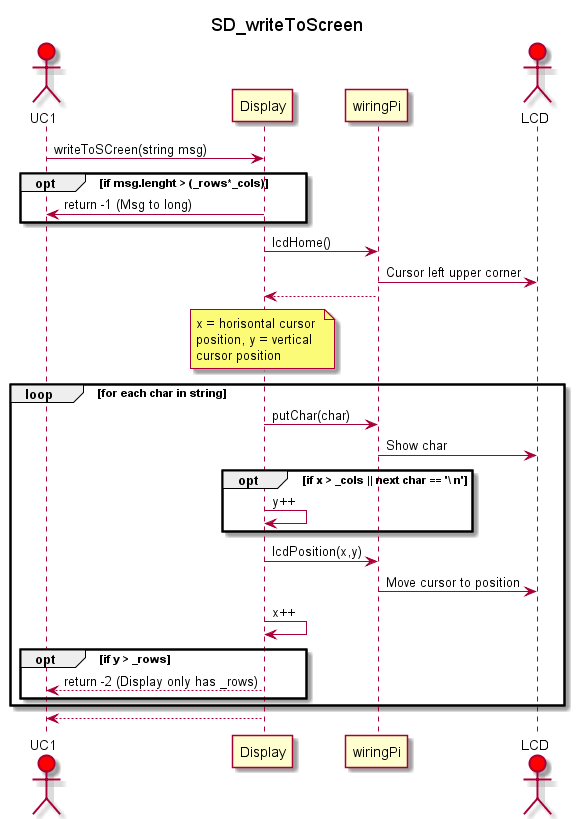
Before: Diagrammer/CentralComputer/Klasser/Display/writeToScreen/SD_writeToScreen.png, a diagram exported from PlantUML (Solvgraa-mager/E3PRJ3).
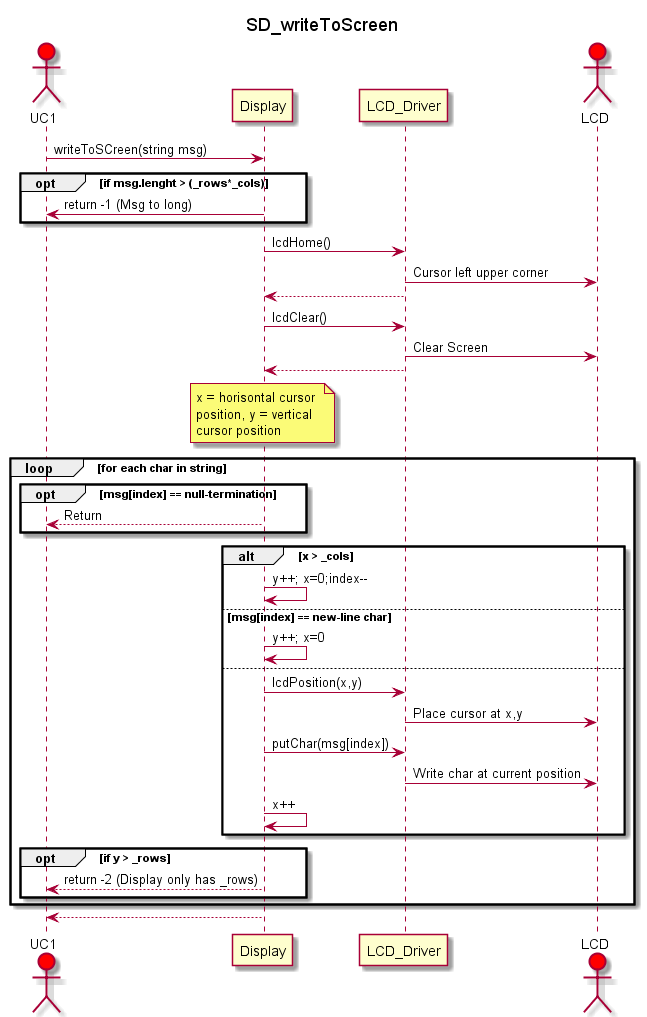
After the commit.

Change to the diagram source:
```diff
@@ -4,7 +4,7 @@
 
 actor UC1 #red
 participant Display
-participant wiringPi
+participant LCD_Driver
 actor LCD #red
 
 skinparam wrapWidth 150
@@ -14,21 +14,31 @@
     Display->UC1 : return -1 (Msg to long)
 end
 
-Display -> wiringPi : lcdHome()
-wiringPi -> LCD : Cursor left upper corner
-wiringPi --> Display :
+Display -> LCD_Driver : lcdHome()
+LCD_Driver -> LCD : Cursor left upper corner
+LCD_Driver --> Display :
+Display -> LCD_Driver : lcdClear()
+LCD_Driver -> LCD : Clear Screen
+LCD_Driver --> Display
 
 note over Display : x = horisontal cursor position, y = vertical cursor position
 
 loop for each char in string
-    Display -> wiringPi : putChar(char)
-    wiringPi -> LCD : Show char
-    opt if x > _cols || next char == '\ n'
-        Display -> Display : y++
+
+    opt msg[index] == null-termination
+    Display --> UC1 : Return
     end opt
-    Display -> wiringPi : lcdPosition(x,y)
-    wiringPi -> LCD : Move cursor to position
-    Display -> Display : x++
+    alt x > _cols
+        Display -> Display : y++; x=0;index--
+    else msg[index] == new-line char
+        Display -> Display : y++; x=0
+    else
+        Display -> LCD_Driver : lcdPosition(x,y)
+        LCD_Driver -> LCD : Place cursor at x,y
+        Display -> LCD_Driver : putChar(msg[index])
+        LCD_Driver -> LCD : Write char at current position
+        Display -> Display : x++
+    end alt
     opt if y > _rows
         Display --> UC1 : return -2 (Display only has _rows)
     end opt
```
